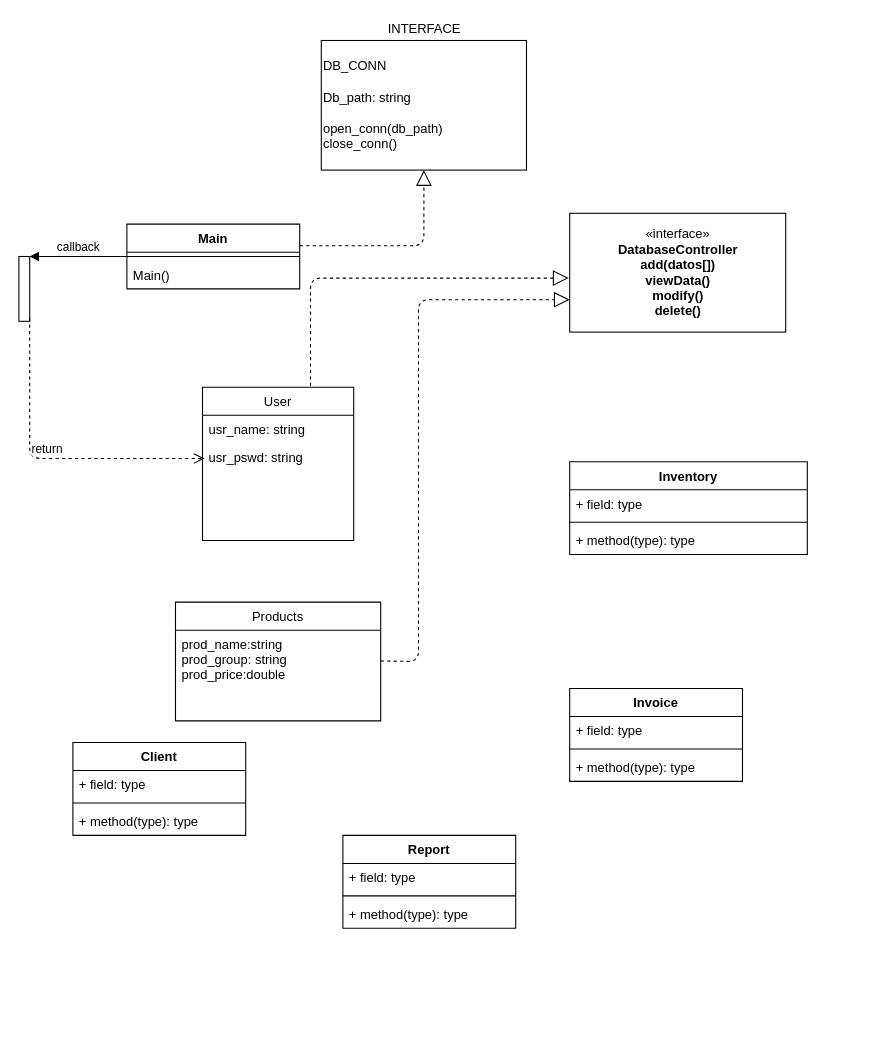
rickyt03/-polux keeps this draw.io diagram as polux_uml.drawio. Above is the earlier version. Source tidied: cells renumbered, new cells numbered last; positions are measured from the earlier drawing's top-left corner, leaving out a move shared by most shapes. Both pictures are drawn from the tidied source at 108%, with x=0, y=0 at pixel (18, 18).
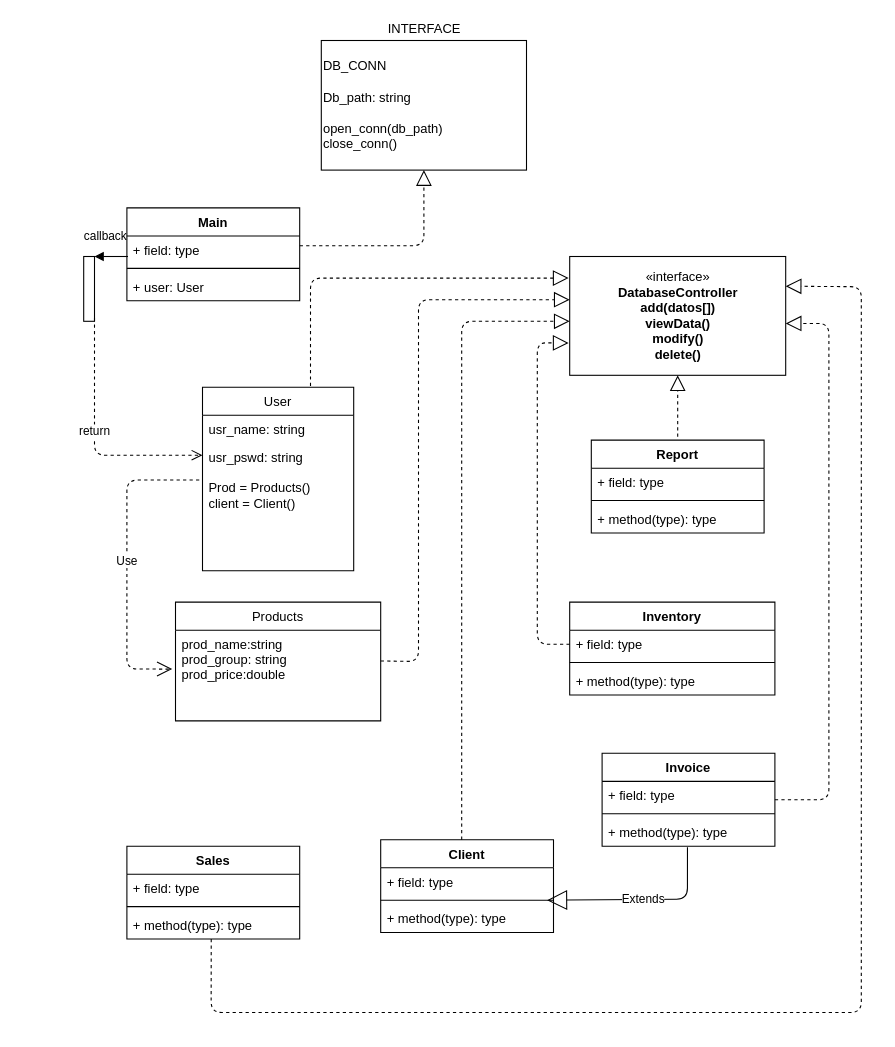
The same diagram, later.

The change refers to these unchanged cells:
```xml
<mxCell id="7" value="prod_name:string&#10;prod_group: string&#10;prod_price:double&#10;" style="text;strokeColor=none;fillColor=none;align=left;verticalAlign=top;spacingLeft=4;spacingRight=4;overflow=hidden;points=[[0,0.5],[1,0.5]];portConstraint=eastwest;" parent="6" vertex="1">
  <mxGeometry y="26" width="190" height="84" as="geometry" />
</mxCell>
<mxCell id="16" value="+ method(type): type" style="text;strokeColor=none;fillColor=none;align=left;verticalAlign=top;spacingLeft=4;spacingRight=4;overflow=hidden;points=[[0,0.5],[1,0.5]];portConstraint=eastwest;" parent="13" vertex="1">
  <mxGeometry y="60" width="160" height="26" as="geometry" />
</mxCell>
<mxCell id="18" value="+ field: type" style="text;strokeColor=none;fillColor=none;align=left;verticalAlign=top;spacingLeft=4;spacingRight=4;overflow=hidden;points=[[0,0.5],[1,0.5]];portConstraint=eastwest;" parent="17" vertex="1">
  <mxGeometry y="26" width="160" height="26" as="geometry" />
</mxCell>
```

Diff of the diagram source:
```diff
@@
     <mxCell id="3" value="User" style="swimlane;fontStyle=0;horizontal=1;startSize=26;fillColor=none;" parent="1" vertex="1">
-      <mxGeometry x="170" y="341" width="140" height="142" as="geometry" />
+      <mxGeometry x="170" y="341" width="140" height="170" as="geometry" />
     </mxCell>
@@
-    <mxCell id="5" value="usr_pswd: string" style="text;strokeColor=none;fillColor=none;align=left;verticalAlign=top;spacingLeft=4;spacingRight=4;overflow=hidden;points=[[0,0.5],[1,0.5]];portConstraint=eastwest;" parent="3" vertex="1">
-      <mxGeometry y="52" width="140" height="90" as="geometry" />
+    <mxCell id="5" value="usr_pswd: string&#10;&#10;Prod = Products()&#10;client = Client()" style="text;strokeColor=none;fillColor=none;align=left;verticalAlign=top;spacingLeft=4;spacingRight=4;overflow=hidden;points=[[0,0.5],[1,0.5]];portConstraint=eastwest;" parent="3" vertex="1">
+      <mxGeometry y="52" width="140" height="118" as="geometry" />
     </mxCell>
@@
     <mxCell id="9" value="Inventory" style="swimlane;fontStyle=1;align=center;verticalAlign=top;horizontal=1;startSize=26;" parent="1" vertex="1">
-      <mxGeometry x="510" y="410" width="220" height="86" as="geometry" />
+      <mxGeometry x="510" y="540" width="190" height="86" as="geometry" />
     </mxCell>
     <mxCell id="10" value="+ field: type" style="text;strokeColor=none;fillColor=none;align=left;verticalAlign=top;spacingLeft=4;spacingRight=4;overflow=hidden;points=[[0,0.5],[1,0.5]];portConstraint=eastwest;" parent="9" vertex="1">
-      <mxGeometry y="26" width="220" height="26" as="geometry" />
+      <mxGeometry y="26" width="190" height="26" as="geometry" />
     </mxCell>
     <mxCell id="11" style="line;strokeWidth=1;fillColor=none;align=left;verticalAlign=middle;spacingTop=-1;spacingLeft=3;spacingRight=3;labelPosition=right;" parent="9" vertex="1">
-      <mxGeometry y="52" width="220" height="8" as="geometry" />
+      <mxGeometry y="52" width="190" height="8" as="geometry" />
     </mxCell>
     <mxCell id="12" value="+ method(type): type" style="text;strokeColor=none;fillColor=none;align=left;verticalAlign=top;spacingLeft=4;spacingRight=4;overflow=hidden;" parent="9" vertex="1">
-      <mxGeometry y="60" width="220" height="26" as="geometry" />
+      <mxGeometry y="60" width="190" height="26" as="geometry" />
     </mxCell>
     <mxCell id="13" value="Invoice" style="swimlane;fontStyle=1;align=center;verticalAlign=top;horizontal=1;startSize=26;" parent="1" vertex="1">
-      <mxGeometry x="510" y="620" width="160" height="86" as="geometry" />
+      <mxGeometry x="540" y="680" width="160" height="86" as="geometry" />
     </mxCell>
@@
     <mxCell id="17" value="Client" style="swimlane;fontStyle=1;align=center;verticalAlign=top;horizontal=1;startSize=26;" parent="1" vertex="1">
-      <mxGeometry x="50" y="670" width="160" height="86" as="geometry" />
+      <mxGeometry x="335" y="760" width="160" height="86" as="geometry" />
     </mxCell>
@@
     <mxCell id="21" value="Report" style="swimlane;fontStyle=1;align=center;verticalAlign=top;horizontal=1;startSize=26;" parent="1" vertex="1">
-      <mxGeometry x="300" y="756" width="160" height="86" as="geometry" />
+      <mxGeometry x="530" y="390" width="160" height="86" as="geometry" />
     </mxCell>
@@
     <mxCell id="25" value="«interface»&lt;br&gt;&lt;b&gt;DatabaseController&lt;br&gt;add(datos[])&lt;br&gt;viewData()&lt;br&gt;modify()&lt;br&gt;delete()&lt;br&gt;&lt;/b&gt;" style="html=1;" parent="1" vertex="1">
-      <mxGeometry x="510" y="180" width="200" height="110" as="geometry" />
+      <mxGeometry x="510" y="220" width="200" height="110" as="geometry" />
     </mxCell>
-    <mxCell id="26" value="Main" style="swimlane;fontStyle=1;align=center;verticalAlign=top;horizontal=1;startSize=26;" parent="1" vertex="1">
-      <mxGeometry x="100" y="190" width="160" height="60" as="geometry" />
-    </mxCell>
-    <mxCell id="27" style="line;strokeWidth=1;fillColor=none;align=left;verticalAlign=middle;spacingTop=-1;spacingLeft=3;spacingRight=3;labelPosition=right;" parent="26" vertex="1">
-      <mxGeometry y="26" width="160" height="8" as="geometry" />
-    </mxCell>
-    <mxCell id="28" value="Main()" style="text;strokeColor=none;fillColor=none;align=left;verticalAlign=top;spacingLeft=4;spacingRight=4;overflow=hidden;" parent="26" vertex="1">
-      <mxGeometry y="34" width="160" height="26" as="geometry" />
-    </mxCell>
@@
     <mxCell id="31" style="html=1;points=[];perimeter=orthogonalPerimeter;" parent="1" vertex="1">
-      <mxGeometry y="220" width="10" height="60" as="geometry" />
+      <mxGeometry x="60" y="220" width="10" height="60" as="geometry" />
     </mxCell>
-    <mxCell id="32" value="callback" style="html=1;verticalAlign=bottom;endArrow=block;entryX=1;entryY=0;" parent="1" edge="1" target="31">
-      <mxGeometry relative="1" as="geometry">
+    <mxCell id="32" value="callback" style="html=1;verticalAlign=bottom;endArrow=block;" parent="1" edge="1">
+      <mxGeometry x="0.35" y="-10" relative="1" as="geometry">
         <mxPoint x="101" y="220" as="sourcePoint" />
+        <mxPoint x="70" y="220" as="targetPoint" />
         <Array as="points">
           <mxPoint x="90" y="220" />
         </Array>
       </mxGeometry>
     </mxCell>
-    <mxCell id="33" value="return" style="html=1;verticalAlign=bottom;endArrow=open;dashed=1;endSize=8;exitX=1;exitY=0.95;entryX=0.014;entryY=0.156;entryDx=0;entryDy=0;entryPerimeter=0;" parent="1" edge="1" source="31" target="5">
+    <mxCell id="33" value="return" style="html=1;verticalAlign=bottom;endArrow=open;dashed=1;endSize=8;exitX=1;exitY=0.95;" parent="1" edge="1" source="31">
       <mxGeometry relative="1" as="geometry">
+        <mxPoint x="170" y="404" as="targetPoint" />
         <Array as="points">
-          <mxPoint x="10" y="407" />
+          <mxPoint x="70" y="350" />
+          <mxPoint x="70" y="404" />
         </Array>
       </mxGeometry>
     </mxCell>
@@
+    <mxCell id="35" style="endArrow=block;dashed=1;endFill=0;endSize=12;html=1;" parent="1" edge="1">
+      <mxGeometry relative="1" as="geometry">
+        <mxPoint x="410" y="760" as="sourcePoint" />
+        <mxPoint x="510" y="280" as="targetPoint" />
+        <Array as="points">
+          <mxPoint x="410" y="700" />
+          <mxPoint x="410" y="615" />
+          <mxPoint x="410" y="280" />
+        </Array>
+      </mxGeometry>
+    </mxCell>
+    <mxCell id="36" style="endArrow=block;dashed=1;endFill=0;endSize=12;html=1;exitX=0;exitY=0.5;exitDx=0;exitDy=0;" parent="1" edge="1" source="10">
+      <mxGeometry relative="1" as="geometry">
+        <mxPoint x="509" y="300" as="targetPoint" />
+        <Array as="points">
+          <mxPoint x="480" y="579" />
+          <mxPoint x="480" y="300" />
+        </Array>
+      </mxGeometry>
+    </mxCell>
+    <mxCell id="37" style="endArrow=block;dashed=1;endFill=0;endSize=12;html=1;entryX=0.5;entryY=1;entryDx=0;entryDy=0;" parent="1" edge="1" target="25">
+      <mxGeometry relative="1" as="geometry">
+        <mxPoint x="610" y="387" as="sourcePoint" />
+        <Array as="points">
+          <mxPoint x="610" y="370" />
+        </Array>
+      </mxGeometry>
+    </mxCell>
+    <mxCell id="38" style="endArrow=block;dashed=1;endFill=0;endSize=12;html=1;" parent="1" edge="1">
+      <mxGeometry relative="1" as="geometry">
+        <mxPoint x="700" y="723" as="sourcePoint" />
+        <mxPoint x="710" y="282" as="targetPoint" />
+        <Array as="points">
+          <mxPoint x="750" y="723" />
+          <mxPoint x="750" y="282" />
+        </Array>
+      </mxGeometry>
+    </mxCell>
+    <mxCell id="26" value="Main" style="swimlane;fontStyle=1;align=center;verticalAlign=top;horizontal=1;startSize=26;" parent="1" vertex="1">
+      <mxGeometry x="100" y="175" width="160" height="86" as="geometry" />
+    </mxCell>
+    <mxCell id="39" value="+ field: type" style="text;strokeColor=none;fillColor=none;align=left;verticalAlign=top;spacingLeft=4;spacingRight=4;overflow=hidden;" parent="26" vertex="1">
+      <mxGeometry y="26" width="160" height="26" as="geometry" />
+    </mxCell>
+    <mxCell id="40" style="line;strokeWidth=1;fillColor=none;align=left;verticalAlign=middle;spacingTop=-1;spacingLeft=3;spacingRight=3;labelPosition=right;" parent="26" vertex="1">
+      <mxGeometry y="52" width="160" height="8" as="geometry" />
+    </mxCell>
+    <mxCell id="41" value="+ user: User&#10;" style="text;strokeColor=none;fillColor=none;align=left;verticalAlign=top;spacingLeft=4;spacingRight=4;overflow=hidden;" parent="26" vertex="1">
+      <mxGeometry y="60" width="160" height="26" as="geometry" />
+    </mxCell>
+    <mxCell id="42" value="Use" style="endArrow=open;endSize=12;dashed=1;html=1;entryX=-0.016;entryY=0.429;entryDx=0;entryDy=0;entryPerimeter=0;" parent="1" edge="1" target="7">
+      <mxGeometry relative="1" as="geometry">
+        <mxPoint x="167" y="427" as="sourcePoint" />
+        <Array as="points">
+          <mxPoint x="100" y="427" />
+          <mxPoint x="100" y="520" />
+          <mxPoint x="100" y="602" />
+        </Array>
+      </mxGeometry>
+    </mxCell>
+    <mxCell id="43" value="Extends" style="endArrow=block;endSize=16;endFill=0;html=1;exitX=0.494;exitY=1.038;exitDx=0;exitDy=0;exitPerimeter=0;entryX=0.963;entryY=1.154;entryDx=0;entryDy=0;entryPerimeter=0;" parent="1" edge="1" source="16" target="18">
+      <mxGeometry relative="1" as="geometry">
+        <Array as="points">
+          <mxPoint x="619" y="815" />
+        </Array>
+      </mxGeometry>
+    </mxCell>
+    <mxCell id="44" value="Sales" style="swimlane;fontStyle=1;align=center;verticalAlign=top;horizontal=1;startSize=26;" parent="1" vertex="1">
+      <mxGeometry x="100" y="766" width="160" height="86" as="geometry" />
+    </mxCell>
+    <mxCell id="45" value="+ field: type" style="text;strokeColor=none;fillColor=none;align=left;verticalAlign=top;spacingLeft=4;spacingRight=4;overflow=hidden;" parent="44" vertex="1">
+      <mxGeometry y="26" width="160" height="26" as="geometry" />
+    </mxCell>
+    <mxCell id="46" style="line;strokeWidth=1;fillColor=none;align=left;verticalAlign=middle;spacingTop=-1;spacingLeft=3;spacingRight=3;labelPosition=right;" parent="44" vertex="1">
+      <mxGeometry y="52" width="160" height="8" as="geometry" />
+    </mxCell>
+    <mxCell id="47" value="+ method(type): type" style="text;strokeColor=none;fillColor=none;align=left;verticalAlign=top;spacingLeft=4;spacingRight=4;overflow=hidden;points=[[0,0.5],[1,0.5]];portConstraint=eastwest;" parent="44" vertex="1">
+      <mxGeometry y="60" width="160" height="26" as="geometry" />
+    </mxCell>
+    <mxCell id="48" style="endArrow=block;dashed=1;endFill=0;endSize=12;html=1;exitX=0.488;exitY=1;exitDx=0;exitDy=0;exitPerimeter=0;entryX=1;entryY=0.25;entryDx=0;entryDy=0;" parent="1" edge="1" source="47" target="25">
+      <mxGeometry relative="1" as="geometry">
+        <Array as="points">
+          <mxPoint x="178" y="920" />
+          <mxPoint x="780" y="920" />
+          <mxPoint x="780" y="248" />
+        </Array>
+      </mxGeometry>
+    </mxCell>
```
